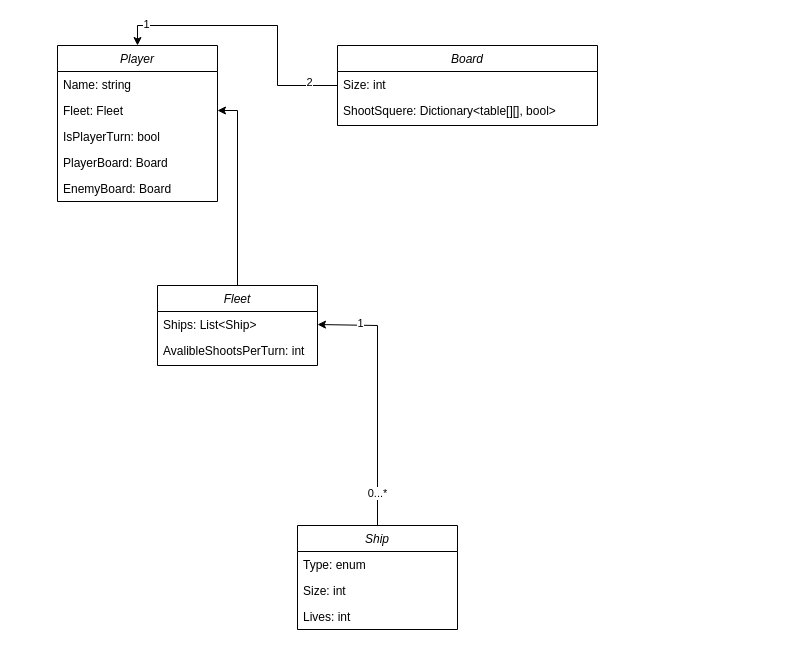
Before: Diagrams/BattleShipsClassDiagram.drawio in JaroszKamil/Battleships, a draw.io diagram. Source tidied: cells renumbered, new cells numbered last; positions are measured from the earlier drawing's top-left corner, leaving out a move shared by most shapes. Both pictures are drawn from the tidied source at 100%, with x=0, y=0 at pixel (57, 45).
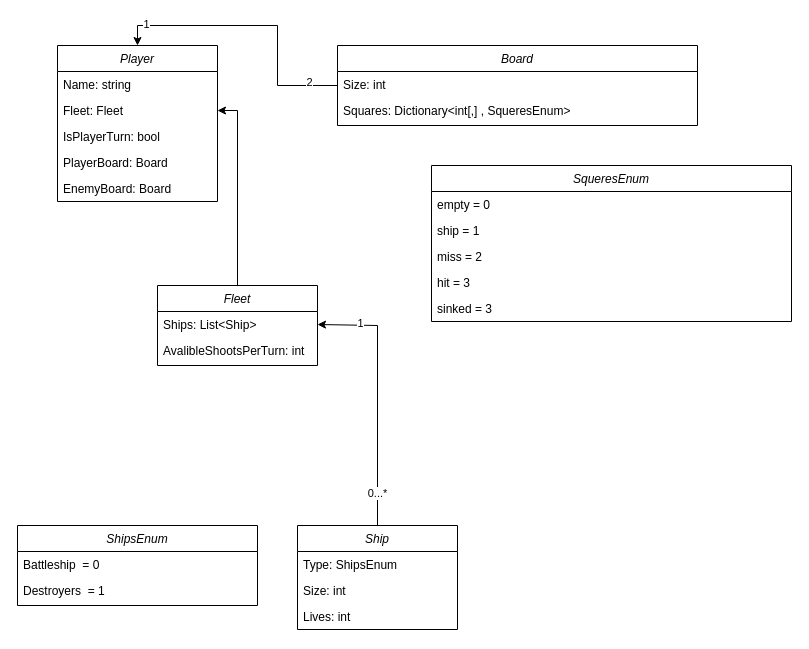
After the change.

Unchanged cells that the change refers to:
```xml
<mxCell id="11" value="Ship" style="swimlane;fontStyle=2;align=center;verticalAlign=top;horizontal=1;startSize=26;rounded=0;shadow=0;strokeWidth=1;" parent="1" vertex="1">
  <mxGeometry x="240" y="480" width="160" height="104" as="geometry" />
</mxCell>
```

The edit, as a diff of the source:
```diff
@@
-    <mxCell id="12" value="Type: enum" style="text;align=left;verticalAlign=top;spacingLeft=4;spacingRight=4;overflow=hidden;" parent="11" vertex="1">
+    <mxCell id="12" value="Type: ShipsEnum" style="text;align=left;verticalAlign=top;spacingLeft=4;spacingRight=4;overflow=hidden;" parent="11" vertex="1">
       <mxGeometry y="26" width="160" height="26" as="geometry" />
     </mxCell>
@@
     <mxCell id="18" value="Board" style="swimlane;fontStyle=2;align=center;verticalAlign=top;horizontal=1;startSize=26;rounded=0;shadow=0;strokeWidth=1;" parent="1" vertex="1">
-      <mxGeometry x="280" width="260" height="80" as="geometry" />
+      <mxGeometry x="280" width="360" height="80" as="geometry" />
     </mxCell>
     <mxCell id="19" value="Size: int" style="text;align=left;verticalAlign=top;spacingLeft=4;spacingRight=4;overflow=hidden;" parent="18" vertex="1">
-      <mxGeometry y="26" width="260" height="26" as="geometry" />
+      <mxGeometry y="26" width="360" height="26" as="geometry" />
     </mxCell>
-    <mxCell id="20" value="ShootSquere: Dictionary&lt;table[][], bool&gt;" style="text;align=left;verticalAlign=top;spacingLeft=4;spacingRight=4;overflow=hidden;rounded=0;shadow=0;html=0;" parent="18" vertex="1">
-      <mxGeometry y="52" width="260" height="26" as="geometry" />
+    <mxCell id="20" value="Squares: Dictionary&lt;int[,] , SqueresEnum&gt;" style="text;align=left;verticalAlign=top;spacingLeft=4;spacingRight=4;overflow=hidden;rounded=0;shadow=0;html=0;" parent="18" vertex="1">
+      <mxGeometry y="52" width="360" height="26" as="geometry" />
     </mxCell>
@@
+    <mxCell id="25" value="SqueresEnum" style="swimlane;fontStyle=2;align=center;verticalAlign=top;horizontal=1;startSize=26;rounded=0;shadow=0;strokeWidth=1;" parent="1" vertex="1">
+      <mxGeometry x="374" y="120" width="360" height="156" as="geometry" />
+    </mxCell>
+    <mxCell id="26" value="empty = 0&#10;" style="text;align=left;verticalAlign=top;spacingLeft=4;spacingRight=4;overflow=hidden;" parent="25" vertex="1">
+      <mxGeometry y="26" width="360" height="26" as="geometry" />
+    </mxCell>
+    <mxCell id="27" value="ship = 1&#10;" style="text;align=left;verticalAlign=top;spacingLeft=4;spacingRight=4;overflow=hidden;" parent="25" vertex="1">
+      <mxGeometry y="52" width="360" height="26" as="geometry" />
+    </mxCell>
+    <mxCell id="28" value="miss = 2&#10;" style="text;align=left;verticalAlign=top;spacingLeft=4;spacingRight=4;overflow=hidden;" parent="25" vertex="1">
+      <mxGeometry y="78" width="360" height="26" as="geometry" />
+    </mxCell>
+    <mxCell id="29" value="hit = 3&#10;" style="text;align=left;verticalAlign=top;spacingLeft=4;spacingRight=4;overflow=hidden;" parent="25" vertex="1">
+      <mxGeometry y="104" width="360" height="26" as="geometry" />
+    </mxCell>
+    <mxCell id="30" value="sinked = 3&#10;" style="text;align=left;verticalAlign=top;spacingLeft=4;spacingRight=4;overflow=hidden;" parent="25" vertex="1">
+      <mxGeometry y="130" width="360" height="26" as="geometry" />
+    </mxCell>
+    <mxCell id="31" value="ShipsEnum" style="swimlane;fontStyle=2;align=center;verticalAlign=top;horizontal=1;startSize=26;rounded=0;shadow=0;strokeWidth=1;" parent="1" vertex="1">
+      <mxGeometry x="-40" y="480" width="240" height="80" as="geometry" />
+    </mxCell>
+    <mxCell id="32" value="Battleship  = 0&#10;" style="text;align=left;verticalAlign=top;spacingLeft=4;spacingRight=4;overflow=hidden;" parent="31" vertex="1">
+      <mxGeometry y="26" width="240" height="26" as="geometry" />
+    </mxCell>
+    <mxCell id="33" value="Destroyers  = 1&#10;" style="text;align=left;verticalAlign=top;spacingLeft=4;spacingRight=4;overflow=hidden;" parent="31" vertex="1">
+      <mxGeometry y="52" width="240" height="26" as="geometry" />
+    </mxCell>
```
